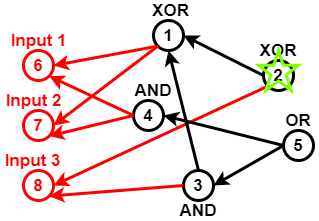
Above: Untitled Diagram.png in sara1024/-CCF201412-2-Z- (draw.io), before the change. Source tidied: cells renumbered, new cells last; positions are measured from the earlier drawing's top-left corner, leaving out a move shared by most shapes.
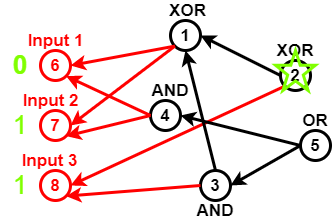
Later version of the same file.

The edit, as a diff of the source:
```diff
@@ -83,5 +83,14 @@
     <mxCell id="28" style="verticalLabelPosition=bottom;verticalAlign=top;html=1;shape=mxgraph.basic.star;strokeColor=#80FF00;strokeWidth=3;fillColor=none;gradientColor=none;fontSize=17;fontColor=#FF0000;" parent="1" vertex="1">
       <mxGeometry x="257" y="50" width="40" height="40" as="geometry" />
     </mxCell>
+    <mxCell id="29" value="0" style="text;html=1;strokeColor=none;fillColor=none;align=center;verticalAlign=middle;whiteSpace=wrap;rounded=0;fontSize=26;fontStyle=1;fontColor=#80FF00;" parent="1" vertex="1">
+      <mxGeometry x="-18" y="55" width="40" height="20" as="geometry" />
+    </mxCell>
+    <mxCell id="30" value="1" style="text;html=1;strokeColor=none;fillColor=none;align=center;verticalAlign=middle;whiteSpace=wrap;rounded=0;fontSize=26;fontColor=#80FF00;" parent="1" vertex="1">
+      <mxGeometry x="-18" y="115" width="40" height="20" as="geometry" />
+    </mxCell>
+    <mxCell id="31" value="1" style="text;html=1;strokeColor=none;fillColor=none;align=center;verticalAlign=middle;whiteSpace=wrap;rounded=0;fontSize=26;fontColor=#80FF00;" parent="1" vertex="1">
+      <mxGeometry x="-18" y="175" width="40" height="20" as="geometry" />
+    </mxCell>
   </root>
 </mxGraphModel>
```
